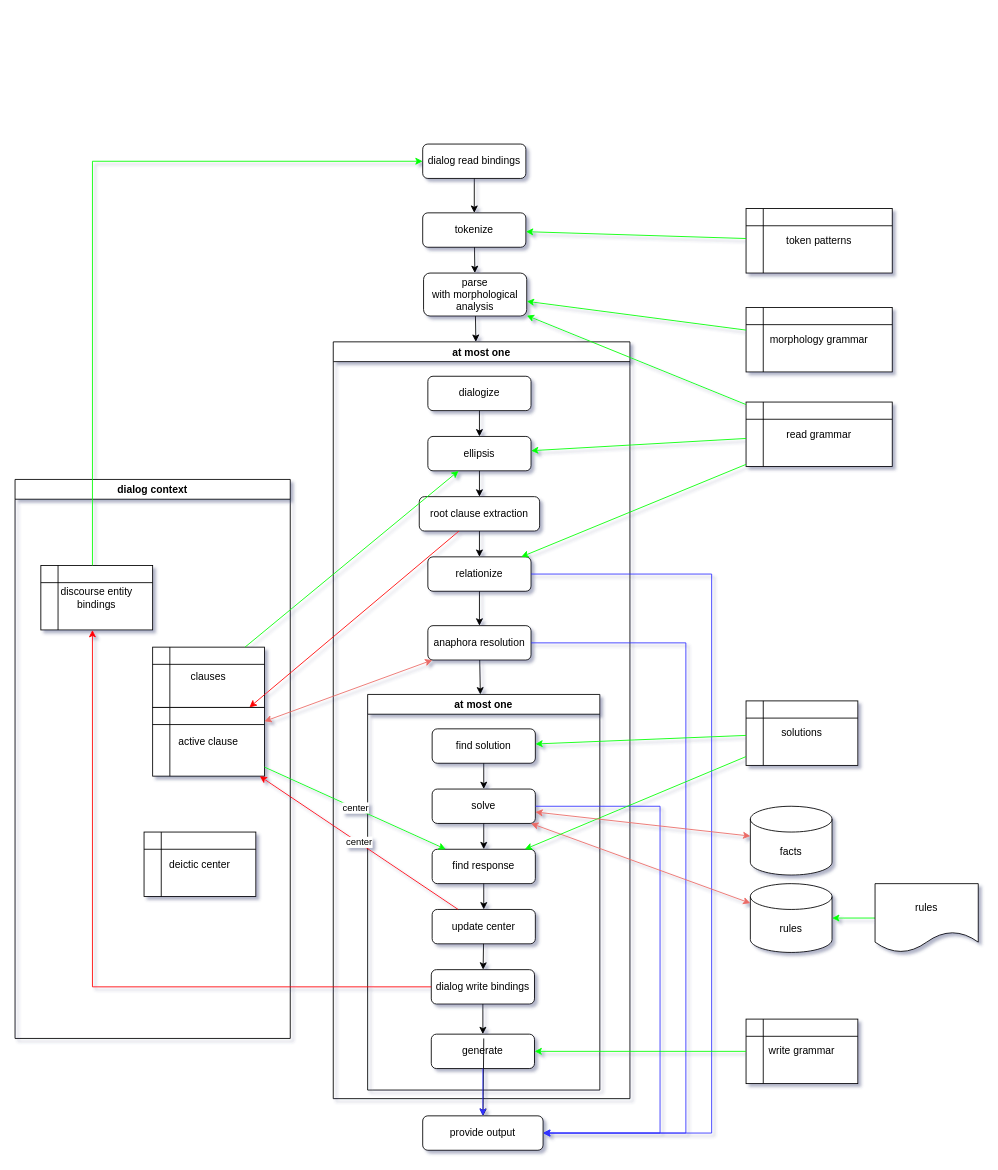
Earlier version of the draw.io diagram doc/diagram/system1.drawio (garfix/nli-go). Source tidied: cells renumbered, new cells numbered last; positions are measured from the earlier drawing's top-left corner, leaving out a move shared by most shapes. Both pictures are drawn from the tidied source at 86%, with x=0, y=0 at pixel (15, 144).
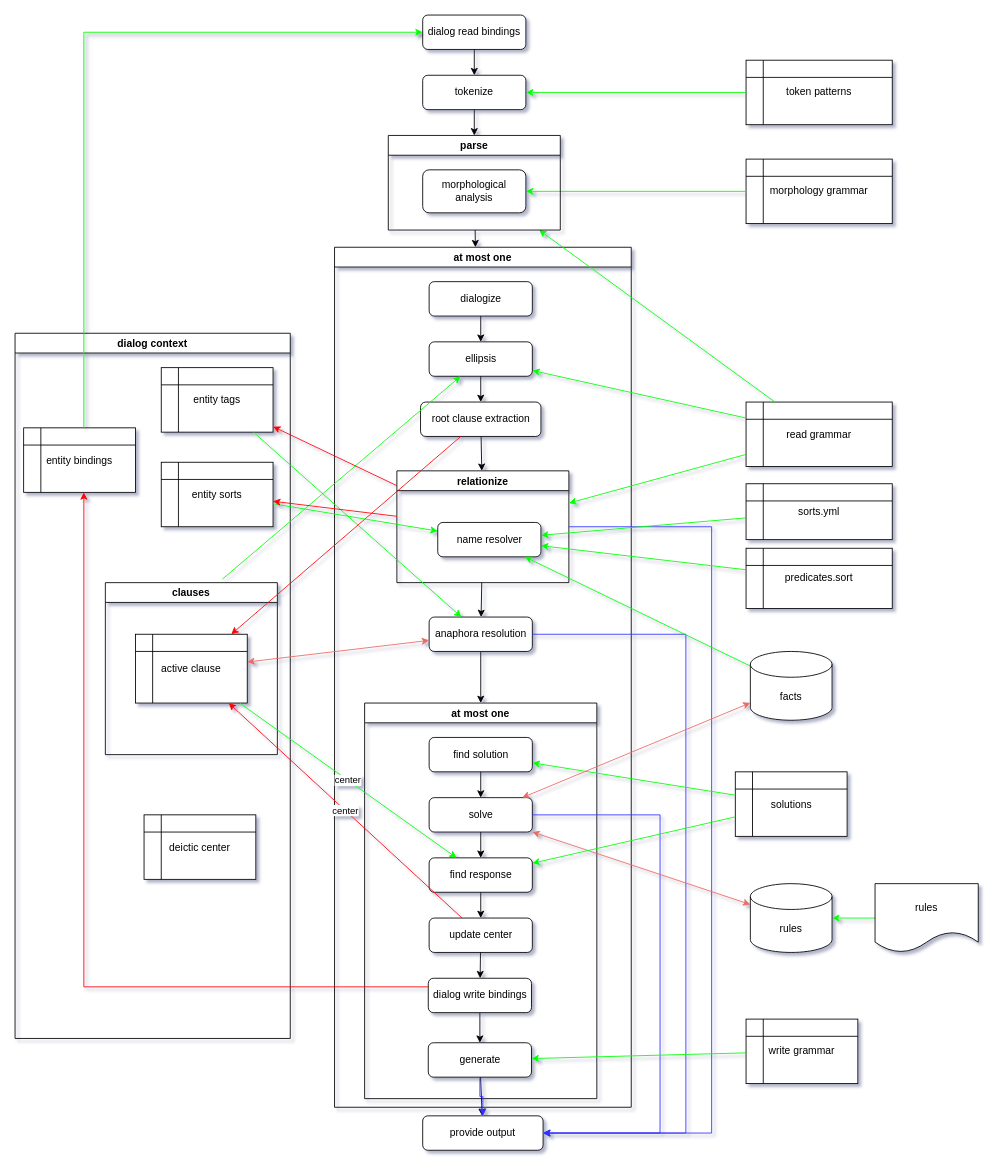
The same diagram, later.

Unchanged cells that the change refers to:
```xml
<mxCell id="7" value="ellipsis" style="rounded=1;whiteSpace=wrap;html=1;fontSize=12;glass=0;strokeWidth=1;shadow=0;" parent="5" vertex="1">
  <mxGeometry x="110" y="110" width="120" height="40" as="geometry" />
</mxCell>
<mxCell id="20" value="generate" style="rounded=1;whiteSpace=wrap;html=1;" parent="15" vertex="1">
  <mxGeometry x="74" y="395" width="120" height="40" as="geometry" />
</mxCell>
<mxCell id="25" value="dialog write bindings" style="rounded=1;whiteSpace=wrap;html=1;" parent="15" vertex="1">
  <mxGeometry x="74" y="320" width="120" height="40" as="geometry" />
</mxCell>
<mxCell id="29" value="provide output" style="rounded=1;whiteSpace=wrap;html=1;fontSize=12;glass=0;strokeWidth=1;shadow=0;" parent="1" vertex="1">
  <mxGeometry x="474" y="1130" width="140" height="40" as="geometry" />
</mxCell>
<mxCell id="49" value="read grammar" style="shape=internalStorage;whiteSpace=wrap;html=1;backgroundOutline=1;" parent="1" vertex="1">
  <mxGeometry x="850" y="300" width="170" height="75" as="geometry" />
</mxCell>
```

The edit, as a diff of the source:
```diff
@@
     <mxCell id="2" value="tokenize" style="rounded=1;whiteSpace=wrap;html=1;fontSize=12;glass=0;strokeWidth=1;shadow=0;" parent="1" vertex="1">
-      <mxGeometry x="474" y="80" width="120" height="40" as="geometry" />
+      <mxGeometry x="474" y="-80" width="120" height="40" as="geometry" />
     </mxCell>
-    <mxCell id="3" value="parse&lt;br&gt;with morphological&lt;br&gt;analysis" style="rounded=1;whiteSpace=wrap;html=1;fontSize=12;glass=0;strokeWidth=1;shadow=0;" parent="1" vertex="1">
-      <mxGeometry x="475" y="150" width="120" height="50" as="geometry" />
-    </mxCell>
-    <mxCell id="4" style="endArrow=classic;html=1;rounded=0;" parent="1" edge="1" source="2" target="3">
+    <mxCell id="4" style="endArrow=classic;html=1;rounded=0;" parent="1" edge="1" source="2" target="71">
       <mxGeometry relative="1" as="geometry" />
     </mxCell>
     <mxCell id="5" value="at most one" style="swimlane;" parent="1" vertex="1">
-      <mxGeometry x="370" y="230" width="345" height="880" as="geometry" />
+      <mxGeometry x="371.5" y="120" width="345" height="1000" as="geometry" />
     </mxCell>
@@
-    <mxCell id="11" value="relationize" style="rounded=1;whiteSpace=wrap;html=1;" parent="5" vertex="1">
-      <mxGeometry x="110" y="250" width="120" height="40" as="geometry" />
-    </mxCell>
@@
-    <mxCell id="13" value="anaphora resolution" style="rounded=1;whiteSpace=wrap;html=1;" parent="5" vertex="1">
-      <mxGeometry x="110" y="330" width="120" height="40" as="geometry" />
-    </mxCell>
@@
     <mxCell id="15" value="at most one" style="swimlane;" parent="5" vertex="1">
-      <mxGeometry x="40" y="410" width="270" height="460" as="geometry" />
+      <mxGeometry x="35" y="530" width="270" height="460" as="geometry" />
     </mxCell>
@@
+    <mxCell id="11" value="relationize" style="swimlane;" parent="5" vertex="1">
+      <mxGeometry x="72.5" y="260" width="200" height="130" as="geometry" />
+    </mxCell>
+    <mxCell id="68" value="name resolver" style="rounded=1;whiteSpace=wrap;html=1;" parent="11" vertex="1">
+      <mxGeometry x="47.5" y="60" width="120" height="40" as="geometry" />
+    </mxCell>
+    <mxCell id="13" value="anaphora resolution" style="rounded=1;whiteSpace=wrap;html=1;" parent="5" vertex="1">
+      <mxGeometry x="110" y="430" width="120" height="40" as="geometry" />
+    </mxCell>
-    <mxCell id="28" style="endArrow=classic;html=1;rounded=0;" parent="1" edge="1" source="3" target="5">
+    <mxCell id="28" style="endArrow=classic;html=1;rounded=0;" parent="1" edge="1" source="71" target="5">
       <mxGeometry relative="1" as="geometry" />
     </mxCell>
@@
-    <mxCell id="32" style="endArrow=classic;html=1;rounded=0;" parent="1" edge="1" target="29">
-      <mxGeometry relative="1" as="geometry">
-        <mxPoint x="545" y="1040" as="sourcePoint" />
-      </mxGeometry>
+    <mxCell id="32" style="endArrow=classic;html=1;rounded=0;" parent="1" edge="1" source="20" target="29">
+      <mxGeometry relative="1" as="geometry" />
     </mxCell>
@@
     <mxCell id="37" value="solutions" style="shape=internalStorage;whiteSpace=wrap;html=1;backgroundOutline=1;" parent="1" vertex="1">
-      <mxGeometry x="850" y="647.5" width="130" height="75" as="geometry" />
+      <mxGeometry x="837.5" y="730" width="130" height="75" as="geometry" />
     </mxCell>
@@
     <mxCell id="40" value="dialog context" style="swimlane;" parent="1" vertex="1">
-      <mxGeometry y="390" width="320" height="650" as="geometry" />
+      <mxGeometry y="220" width="320" height="820" as="geometry" />
     </mxCell>
-    <mxCell id="41" value="discourse entity bindings" style="shape=internalStorage;whiteSpace=wrap;html=1;backgroundOutline=1;" parent="40" vertex="1">
-      <mxGeometry x="30" y="100" width="130" height="75" as="geometry" />
+    <mxCell id="41" value="entity bindings" style="shape=internalStorage;whiteSpace=wrap;html=1;backgroundOutline=1;" parent="40" vertex="1">
+      <mxGeometry x="10" y="110" width="130" height="75" as="geometry" />
     </mxCell>
     <mxCell id="42" value="deictic center" style="shape=internalStorage;whiteSpace=wrap;html=1;backgroundOutline=1;" parent="40" vertex="1">
-      <mxGeometry x="150" y="410" width="130" height="75" as="geometry" />
+      <mxGeometry x="150" y="560" width="130" height="75" as="geometry" />
     </mxCell>
+    <mxCell id="69" value="entity tags" style="shape=internalStorage;whiteSpace=wrap;html=1;backgroundOutline=1;" parent="40" vertex="1">
+      <mxGeometry x="170" y="40" width="130" height="75" as="geometry" />
+    </mxCell>
+    <mxCell id="44" value="clauses" style="swimlane;" parent="40" vertex="1">
+      <mxGeometry x="105" y="290" width="200" height="200" as="geometry" />
+    </mxCell>
-    <mxCell id="43" value="active clause" style="shape=internalStorage;whiteSpace=wrap;html=1;backgroundOutline=1;" parent="40" vertex="1">
-      <mxGeometry x="160" y="265" width="130" height="80" as="geometry" />
+    <mxCell id="43" value="active clause" style="shape=internalStorage;whiteSpace=wrap;html=1;backgroundOutline=1;" parent="44" vertex="1">
+      <mxGeometry x="35" y="60" width="130" height="80" as="geometry" />
     </mxCell>
-    <mxCell id="44" value="clauses" style="shape=internalStorage;whiteSpace=wrap;html=1;backgroundOutline=1;" parent="40" vertex="1">
-      <mxGeometry x="160" y="195" width="130" height="70" as="geometry" />
-    </mxCell>
+    <mxCell id="70" value="entity sorts" style="shape=internalStorage;whiteSpace=wrap;html=1;backgroundOutline=1;" parent="40" vertex="1">
+      <mxGeometry x="170" y="150" width="130" height="75" as="geometry" />
+    </mxCell>
@@
-    <mxCell id="50" style="endArrow=classic;html=1;rounded=0;strokeColor=#00FF00;" parent="1" edge="1" source="49" target="3">
+    <mxCell id="50" style="endArrow=classic;html=1;rounded=0;strokeColor=#00FF00;" parent="1" edge="1" source="49" target="71">
       <mxGeometry relative="1" as="geometry" />
     </mxCell>
     <mxCell id="51" value="token patterns" style="shape=internalStorage;whiteSpace=wrap;html=1;backgroundOutline=1;" parent="1" vertex="1">
-      <mxGeometry x="850" y="75" width="170" height="75" as="geometry" />
+      <mxGeometry x="850" y="-97.5" width="170" height="75" as="geometry" />
     </mxCell>
@@
-    <mxCell id="56" style="endArrow=classic;html=1;rounded=0;strokeColor=#00FF00;" parent="1" edge="1" source="44" target="7">
+    <mxCell id="56" style="endArrow=classic;html=1;rounded=0;strokeColor=#00FF00;exitX=0.68;exitY=-0.02;exitDx=0;exitDy=0;exitPerimeter=0;" parent="1" edge="1" source="44" target="7">
       <mxGeometry relative="1" as="geometry" />
     </mxCell>
-    <mxCell id="57" style="endArrow=classic;html=1;rounded=0;strokeColor=#00FF00;edgeStyle=orthogonalEdgeStyle;" parent="1" edge="1" source="41" target="66">
-      <mxGeometry relative="1" as="geometry">
-        <Array as="points">
-          <mxPoint x="90" y="20" />
-        </Array>
-      </mxGeometry>
-    </mxCell>
     <mxCell id="58" value="facts" style="shape=cylinder3;whiteSpace=wrap;html=1;boundedLbl=1;backgroundOutline=1;size=15;" parent="1" vertex="1">
-      <mxGeometry x="855" y="770" width="95" height="80" as="geometry" />
+      <mxGeometry x="855" y="590" width="95" height="80" as="geometry" />
     </mxCell>
@@
     <mxCell id="62" style="endArrow=classic;html=1;rounded=0;strokeColor=#FF0000;edgeStyle=orthogonalEdgeStyle;" parent="1" edge="1" source="25" target="41">
       <mxGeometry relative="1" as="geometry">
         <Array as="points">
-          <mxPoint x="90" y="980" />
+          <mxPoint x="80" y="980" />
         </Array>
       </mxGeometry>
     </mxCell>
     <mxCell id="63" value="morphology grammar" style="shape=internalStorage;whiteSpace=wrap;html=1;backgroundOutline=1;" parent="1" vertex="1">
-      <mxGeometry x="850" y="190" width="170" height="75" as="geometry" />
+      <mxGeometry x="850" y="17.5" width="170" height="75" as="geometry" />
     </mxCell>
-    <mxCell id="64" style="endArrow=classic;html=1;rounded=0;strokeColor=#00FF00;" parent="1" edge="1" source="63" target="3">
+    <mxCell id="64" style="endArrow=classic;html=1;rounded=0;strokeColor=#00FF00;" parent="1" edge="1" source="63" target="72">
       <mxGeometry relative="1" as="geometry" />
     </mxCell>
@@
     <mxCell id="66" value="dialog read bindings" style="rounded=1;whiteSpace=wrap;html=1;fontSize=12;glass=0;strokeWidth=1;shadow=0;" parent="1" vertex="1">
-      <mxGeometry x="474" width="120" height="40" as="geometry" />
+      <mxGeometry x="474" y="-150" width="120" height="40" as="geometry" />
     </mxCell>
@@
+    <mxCell id="71" value="parse" style="swimlane;" parent="1" vertex="1">
+      <mxGeometry x="434" y="-10" width="200" height="110" as="geometry" />
+    </mxCell>
+    <mxCell id="72" value="morphological&lt;br&gt;analysis" style="rounded=1;whiteSpace=wrap;html=1;fontSize=12;glass=0;strokeWidth=1;shadow=0;" parent="71" vertex="1">
+      <mxGeometry x="40" y="40" width="120" height="50" as="geometry" />
+    </mxCell>
+    <mxCell id="57" style="edgeStyle=segmentEdgeStyle;endArrow=classic;html=1;rounded=0;shadow=1;strokeColor=#00FF00;" parent="1" edge="1" source="41" target="66">
+      <mxGeometry relative="1" as="geometry">
+        <Array as="points">
+          <mxPoint x="80" y="-130" />
+        </Array>
+      </mxGeometry>
+    </mxCell>
+    <mxCell id="73" value="sorts.yml" style="shape=internalStorage;whiteSpace=wrap;html=1;backgroundOutline=1;" parent="1" vertex="1">
+      <mxGeometry x="850" y="395" width="170" height="65" as="geometry" />
+    </mxCell>
+    <mxCell id="74" style="endArrow=classic;html=1;rounded=0;strokeColor=#00FF00;" parent="1" edge="1" source="58" target="68">
+      <mxGeometry relative="1" as="geometry" />
+    </mxCell>
+    <mxCell id="75" style="endArrow=classic;html=1;rounded=0;strokeColor=#00FF00;" parent="1" edge="1" source="73" target="68">
+      <mxGeometry relative="1" as="geometry" />
+    </mxCell>
+    <mxCell id="76" value="predicates.sort" style="shape=internalStorage;whiteSpace=wrap;html=1;backgroundOutline=1;" parent="1" vertex="1">
+      <mxGeometry x="850" y="470" width="170" height="70" as="geometry" />
+    </mxCell>
+    <mxCell id="77" style="endArrow=classic;html=1;rounded=0;strokeColor=#00FF00;" parent="1" edge="1" source="76" target="68">
+      <mxGeometry relative="1" as="geometry" />
+    </mxCell>
+    <mxCell id="78" style="endArrow=classic;html=1;rounded=0;strokeColor=#FF0000;" parent="1" edge="1" source="11" target="69">
+      <mxGeometry relative="1" as="geometry" />
+    </mxCell>
+    <mxCell id="79" style="endArrow=classic;html=1;rounded=0;strokeColor=#00FF00;" parent="1" edge="1" source="69" target="13">
+      <mxGeometry relative="1" as="geometry" />
+    </mxCell>
+    <mxCell id="80" style="endArrow=classic;html=1;rounded=0;strokeColor=#00FF00;" parent="1" edge="1" source="70" target="68">
+      <mxGeometry relative="1" as="geometry" />
+    </mxCell>
+    <mxCell id="81" style="endArrow=classic;html=1;rounded=0;strokeColor=#FF0000;" parent="1" edge="1" source="11" target="70">
+      <mxGeometry relative="1" as="geometry" />
+    </mxCell>
```
